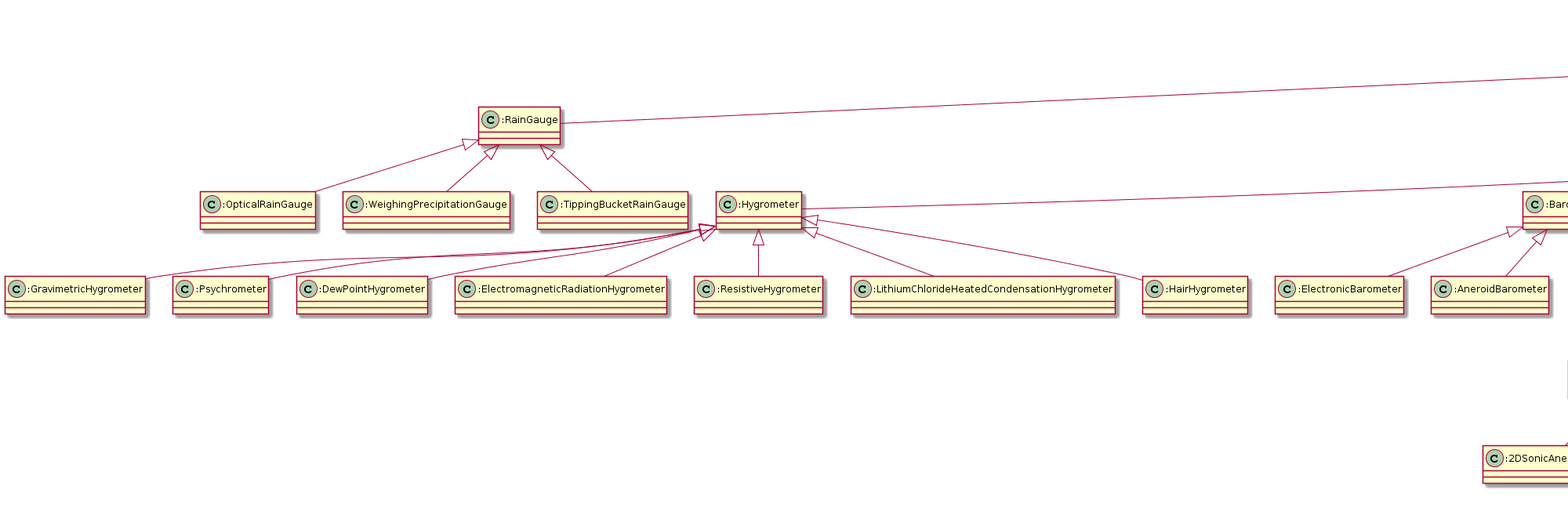
Before: docs/tern-sensor.ttl.txt.png, a diagram exported from PlantUML (ternaustralia/ontology_tern-sensor). Source of this version:
```plantuml
@startuml
title TERN Sensors Ontology
":Hygrometer" <|-- ":GravimetricHygrometer"
":RainGauge" <|-- ":OpticalRainGauge"
"sosa:Sensor" <|-- ":SapFlowSensor"
":FluxTowerSensor" <|-- ":Barometer"
"sosa:Sensor" <|-- ":Dendrometer"
":FixedPlatform" <|-- ":FluxTower"
":FixedPlatform" <|-- ":EcologicalPlot"
":Barometer" <|-- ":ElectronicBarometer"
":FixedPlatform" <|-- ":WeatherStation"
":Radiometer" <|-- ":Actinometer"
":WindSensor" <|-- ":Anemometer"
":Actinometer" <|-- ":NetRadiometer"
":MobilePlatform" <|-- ":Aircraft"
":Hygrometer" <|-- ":Psychrometer"
":TemperatureSensor" <|-- ":Thermocouple"
":SonicAnemometer" <|-- ":2DSonicAnemometer"
":Hygrometer" <|-- ":DewPointHygrometer"
":Barometer" <|-- ":AneroidBarometer"
":Barometer" <|-- ":MercuryBarometer"
":Hygrometer" <|-- ":ElectromagneticRadiationHygrometer"
"sosa:Sensor" <|-- ":SoilMoistureSensor"
":TemperatureSensor" <|-- ":ResistanceThermometer"
":Anemometer" <|-- ":CupAnemometer"
":MobilePlatform" <|-- ":Satellite"
"sosa:Sensor" <|-- ":HeatFluxSensor"
"sosa:Platform" <|-- ":MobilePlatform"
":RainGauge" <|-- ":WeighingPrecipitationGauge"
":SonicAnemometer" <|-- ":3DSonicAnemometer"
":FluxTowerSensor" <|-- ":WindSensor"
":SoilMoistureSensor" <|-- ":FrequencyDomainReflectometer"
":TemperatureSensor" <|-- ":Thermistor"
":EcologicalPlot" <|-- ":SuperSite"
"sosa:Sensor" <|-- ":Ceilometer"
":Radiometer" <|-- ":Pyrradiometer"
":Hygrometer" <|-- ":ResistiveHygrometer"
":SoilMoistureSensor" <|-- ":TimeDomainReflectometer"
":Aircraft" <|-- ":Drone"
":RadiationSensor" <|-- ":QuantumSensor"
":Anemometer" <|-- ":HotWireAnemometer"
"sosa:Sensor" <|-- ":RainGauge"
":Hygrometer" <|-- ":LithiumChlorideHeatedCondensationHygrometer"
":FluxTowerSensor" <|-- ":InfraredGasAnalyzer"
":RadiationSensor" <|-- ":Pyrheliometer"
":RadiationSensor" <|-- ":Radiometer"
":RainGauge" <|-- ":TippingBucketRainGauge"
":FluxTowerSensor" <|-- ":RadiationSensor"
"sosa:Platform" <|-- ":FixedPlatform"
":Hygrometer" <|-- ":HairHygrometer"
":RadiationSensor" <|-- ":Pyrgeometer"
":FluxTowerSensor" <|-- ":TemperatureSensor"
"sosa:Sensor" <|-- ":FluxTowerSensor"
":Actinometer" <|-- ":Pyranometer"
":FluxTowerSensor" <|-- ":Hygrometer"
":Anemometer" <|-- ":SonicAnemometer"
":FluxTowerSensor" <|-- ":CapactitiveSensor"
"sosa:Sensor" <|-- ":Spectrometer"
Class ":GravimetricHygrometer" [[https://w3id.org/tern/ontologies/sensor/GravimetricHygrometer]] {
}
Class ":OpticalRainGauge" [[https://w3id.org/tern/ontologies/sensor/OpticalRainGauge]] {
}
Class ":SapFlowSensor" [[https://w3id.org/tern/ontologies/sensor/SapFlowSensor]] {
}
Class ":Barometer" [[https://w3id.org/tern/ontologies/sensor/Barometer]] {
}
Class ":Dendrometer" [[https://w3id.org/tern/ontologies/sensor/Dendrometer]] {
}
Class ":FluxTower" [[https://w3id.org/tern/ontologies/sensor/FluxTower]] {
}
Class ":EcologicalPlot" [[https://w3id.org/tern/ontologies/sensor/EcologicalPlot]] {
}
Class ":ElectronicBarometer" [[https://w3id.org/tern/ontologies/sensor/ElectronicBarometer]] {
}
Class ":WeatherStation" [[https://w3id.org/tern/ontologies/sensor/WeatherStation]] {
}
Class ":Actinometer" [[https://w3id.org/tern/ontologies/sensor/Actinometer]] {
}
Class ":Anemometer" [[https://w3id.org/tern/ontologies/sensor/Anemometer]] {
}
Class ":NetRadiometer" [[https://w3id.org/tern/ontologies/sensor/NetRadiometer]] {
}
Class ":Aircraft" [[https://w3id.org/tern/ontologies/sensor/Aircraft]] {
}
Class ":Psychrometer" [[https://w3id.org/tern/ontologies/sensor/Psychrometer]] {
}
Class ":Thermocouple" [[https://w3id.org/tern/ontologies/sensor/Thermocouple]] {
}
Class ":2DSonicAnemometer" [[https://w3id.org/tern/ontologies/sensor/2DSonicAnemometer]] {
}
Class ":DewPointHygrometer" [[https://w3id.org/tern/ontologies/sensor/DewPointHygrometer]] {
}
Class ":AneroidBarometer" [[https://w3id.org/tern/ontologies/sensor/AneroidBarometer]] {
}
Class ":MercuryBarometer" [[https://w3id.org/tern/ontologies/sensor/MercuryBarometer]] {
}
Class ":ElectromagneticRadiationHygrometer" [[https://w3id.org/tern/ontologies/sensor/ElectromagneticRadiationHygrometer]] {
}
Class ":SoilMoistureSensor" [[https://w3id.org/tern/ontologies/sensor/SoilMoistureSensor]] {
}
Class ":ResistanceThermometer" [[https://w3id.org/tern/ontologies/sensor/ResistanceThermometer]] {
}
Class ":CupAnemometer" [[https://w3id.org/tern/ontologies/sensor/CupAnemometer]] {
}
Class ":Satellite" [[https://w3id.org/tern/ontologies/sensor/Satellite]] {
}
Class ":HeatFluxSensor" [[https://w3id.org/tern/ontologies/sensor/HeatFluxSensor]] {
}
Class ":MobilePlatform" [[https://w3id.org/tern/ontologies/sensor/MobilePlatform]] {
}
Class ":WeighingPrecipitationGauge" [[https://w3id.org/tern/ontologies/sensor/WeighingPrecipitationGauge]] {
}
Class ":3DSonicAnemometer" [[https://w3id.org/tern/ontologies/sensor/3DSonicAnemometer]] {
}
Class ":WindSensor" [[https://w3id.org/tern/ontologies/sensor/WindSensor]] {
}
Class ":FrequencyDomainReflectometer" [[https://w3id.org/tern/ontologies/sensor/FrequencyDomainReflectometer]] {
}
Class ":Thermistor" [[https://w3id.org/tern/ontologies/sensor/Thermistor]] {
}
Class ":SuperSite" [[https://w3id.org/tern/ontologies/sensor/SuperSite]] {
}
Class ":Ceilometer" [[https://w3id.org/tern/ontologies/sensor/Ceilometer]] {
}
Class ":Pyrradiometer" [[https://w3id.org/tern/ontologies/sensor/Pyrradiometer]] {
}
Class ":ResistiveHygrometer" [[https://w3id.org/tern/ontologies/sensor/ResistiveHygrometer]] {
}
Class ":TimeDomainReflectometer" [[https://w3id.org/tern/ontologies/sensor/TimeDomainReflectometer]] {
}
Class ":Drone" [[https://w3id.org/tern/ontologies/sensor/Drone]] {
}
Class ":QuantumSensor" [[https://w3id.org/tern/ontologies/sensor/QuantumSensor]] {
}
Class ":HotWireAnemometer" [[https://w3id.org/tern/ontologies/sensor/HotWireAnemometer]] {
}
Class ":RainGauge" [[https://w3id.org/tern/ontologies/sensor/RainGauge]] {
}
Class ":LithiumChlorideHeatedCondensationHygrometer" [[https://w3id.org/tern/ontologies/sensor/LithiumChlorideHeatedCondensationHygrometer]] {
}
Class ":InfraredGasAnalyzer" [[https://w3id.org/tern/ontologies/sensor/InfraredGasAnalyzer]] {
}
Class ":Pyrheliometer" [[https://w3id.org/tern/ontologies/sensor/Pyrheliometer]] {
}
Class ":Radiometer" [[https://w3id.org/tern/ontologies/sensor/Radiometer]] {
}
Class ":TippingBucketRainGauge" [[https://w3id.org/tern/ontologies/sensor/TippingBucketRainGauge]] {
}
Class ":RadiationSensor" [[https://w3id.org/tern/ontologies/sensor/RadiationSensor]] {
}
Class ":FixedPlatform" [[https://w3id.org/tern/ontologies/sensor/FixedPlatform]] {
}
Class ":HairHygrometer" [[https://w3id.org/tern/ontologies/sensor/HairHygrometer]] {
}
Class ":Pyrgeometer" [[https://w3id.org/tern/ontologies/sensor/Pyrgeometer]] {
}
Class ":TemperatureSensor" [[https://w3id.org/tern/ontologies/sensor/TemperatureSensor]] {
}
Class ":FluxTowerSensor" [[https://w3id.org/tern/ontologies/sensor/FluxTowerSensor]] {
}
Class ":Pyranometer" [[https://w3id.org/tern/ontologies/sensor/Pyranometer]] {
}
Class ":Hygrometer" [[https://w3id.org/tern/ontologies/sensor/Hygrometer]] {
}
Class ":SonicAnemometer" [[https://w3id.org/tern/ontologies/sensor/SonicAnemometer]] {
}
Class ":CapactitiveSensor" [[https://w3id.org/tern/ontologies/sensor/CapactitiveSensor]] {
}
Class ":Spectrometer" [[https://w3id.org/tern/ontologies/sensor/Spectrometer]] {
}
center footer Generated by [[https://github.com/edmondchuc/ontogram https://github.com/edmondchuc/ontogram]]
@enduml
```
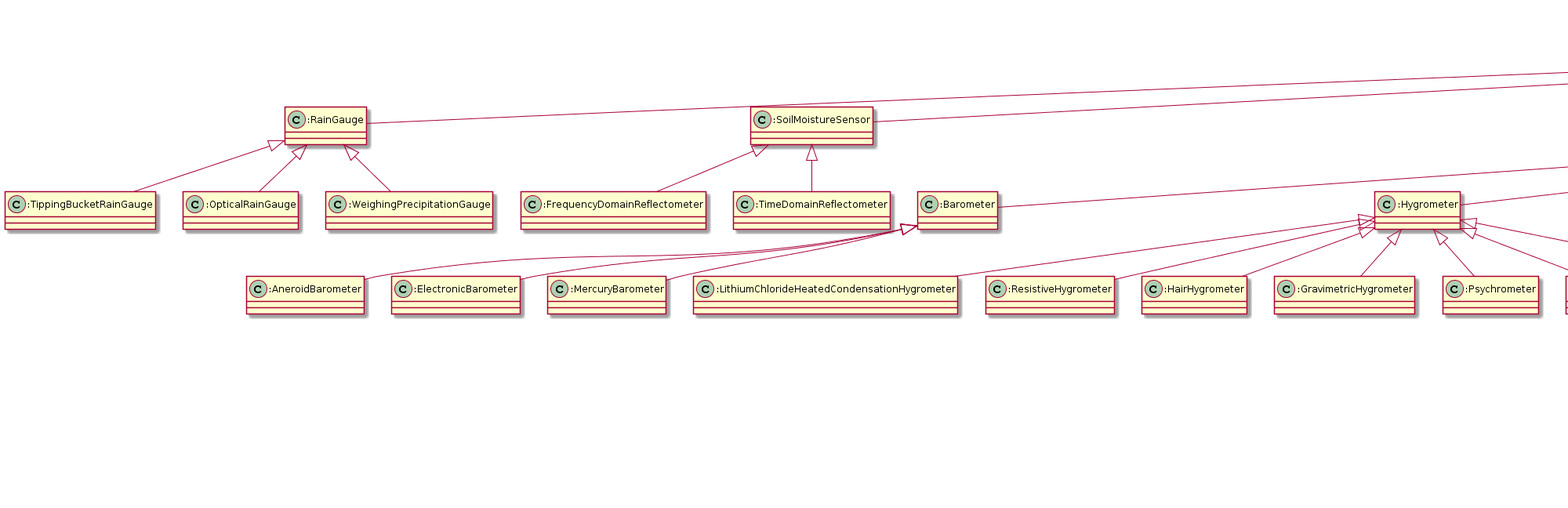
Above is the later version.

Commit message:
Added sensor conceptual model

What changed in the source:
```diff
@@ -1,172 +1,172 @@
 @startuml
 title TERN Sensors Ontology
+":RainGauge" <|-- ":TippingBucketRainGauge"
+":Barometer" <|-- ":AneroidBarometer"
+":FixedPlatform" <|-- ":WeatherStation"
+":EcologicalPlot" <|-- ":SuperSite"
+":SoilMoistureSensor" <|-- ":FrequencyDomainReflectometer"
+":Hygrometer" <|-- ":LithiumChlorideHeatedCondensationHygrometer"
+":Aircraft" <|-- ":Drone"
+":SoilMoistureSensor" <|-- ":TimeDomainReflectometer"
+":Barometer" <|-- ":ElectronicBarometer"
+":RainGauge" <|-- ":OpticalRainGauge"
+":Barometer" <|-- ":MercuryBarometer"
+":FixedPlatform" <|-- ":EcologicalPlot"
+"sosa:Sensor" <|-- ":FluxTowerSensor"
+"sosa:Sensor" <|-- ":RainGauge"
+":RadiationSensor" <|-- ":Pyrheliometer"
+":Hygrometer" <|-- ":ResistiveHygrometer"
+":WindSensor" <|-- ":Anemometer"
+":FluxTowerSensor" <|-- ":InfraredGasAnalyzer"
+":Actinometer" <|-- ":Pyranometer"
+":SonicAnemometer" <|-- ":3DSonicAnemometer"
+":SonicAnemometer" <|-- ":2DSonicAnemometer"
+":RadiationSensor" <|-- ":Pyrgeometer"
+":MobilePlatform" <|-- ":Aircraft"
+":Hygrometer" <|-- ":HairHygrometer"
+":TemperatureSensor" <|-- ":ResistanceThermometer"
+":FluxTowerSensor" <|-- ":Barometer"
+":RadiationSensor" <|-- ":Radiometer"
+":FluxTowerSensor" <|-- ":WindSensor"
 ":Hygrometer" <|-- ":GravimetricHygrometer"
-":RainGauge" <|-- ":OpticalRainGauge"
+"sosa:Platform" <|-- ":FixedPlatform"
+"sosa:Sensor" <|-- ":Dendrometer"
+":Anemometer" <|-- ":CupAnemometer"
+":RainGauge" <|-- ":WeighingPrecipitationGauge"
+":Hygrometer" <|-- ":Psychrometer"
+":TemperatureSensor" <|-- ":Thermistor"
+"sosa:Sensor" <|-- ":HeatFluxSensor"
+":FixedPlatform" <|-- ":FluxTower"
+"sosa:Sensor" <|-- ":SoilMoistureSensor"
+":Hygrometer" <|-- ":DewPointHygrometer"
+":Anemometer" <|-- ":SonicAnemometer"
+":Anemometer" <|-- ":HotWireAnemometer"
+":FluxTowerSensor" <|-- ":Hygrometer"
+":FluxTowerSensor" <|-- ":TemperatureSensor"
+":RadiationSensor" <|-- ":QuantumSensor"
+"sosa:Sensor" <|-- ":Spectrometer"
+":Actinometer" <|-- ":NetRadiometer"
+"sosa:Sensor" <|-- ":Ceilometer"
+"sosa:Platform" <|-- ":MobilePlatform"
+":FluxTowerSensor" <|-- ":CapactitiveSensor"
+":Radiometer" <|-- ":Actinometer"
+":MobilePlatform" <|-- ":Satellite"
+":Radiometer" <|-- ":Pyrradiometer"
+":FluxTowerSensor" <|-- ":RadiationSensor"
+":TemperatureSensor" <|-- ":Thermocouple"
 "sosa:Sensor" <|-- ":SapFlowSensor"
-":FluxTowerSensor" <|-- ":Barometer"
-"sosa:Sensor" <|-- ":Dendrometer"
-":FixedPlatform" <|-- ":FluxTower"
-":FixedPlatform" <|-- ":EcologicalPlot"
-":Barometer" <|-- ":ElectronicBarometer"
-":FixedPlatform" <|-- ":WeatherStation"
-":Radiometer" <|-- ":Actinometer"
-":WindSensor" <|-- ":Anemometer"
-":Actinometer" <|-- ":NetRadiometer"
-":MobilePlatform" <|-- ":Aircraft"
-":Hygrometer" <|-- ":Psychrometer"
-":TemperatureSensor" <|-- ":Thermocouple"
-":SonicAnemometer" <|-- ":2DSonicAnemometer"
-":Hygrometer" <|-- ":DewPointHygrometer"
-":Barometer" <|-- ":AneroidBarometer"
-":Barometer" <|-- ":MercuryBarometer"
 ":Hygrometer" <|-- ":ElectromagneticRadiationHygrometer"
-"sosa:Sensor" <|-- ":SoilMoistureSensor"
-":TemperatureSensor" <|-- ":ResistanceThermometer"
-":Anemometer" <|-- ":CupAnemometer"
-":MobilePlatform" <|-- ":Satellite"
-"sosa:Sensor" <|-- ":HeatFluxSensor"
-"sosa:Platform" <|-- ":MobilePlatform"
-":RainGauge" <|-- ":WeighingPrecipitationGauge"
-":SonicAnemometer" <|-- ":3DSonicAnemometer"
-":FluxTowerSensor" <|-- ":WindSensor"
-":SoilMoistureSensor" <|-- ":FrequencyDomainReflectometer"
-":TemperatureSensor" <|-- ":Thermistor"
-":EcologicalPlot" <|-- ":SuperSite"
-"sosa:Sensor" <|-- ":Ceilometer"
-":Radiometer" <|-- ":Pyrradiometer"
-":Hygrometer" <|-- ":ResistiveHygrometer"
-":SoilMoistureSensor" <|-- ":TimeDomainReflectometer"
-":Aircraft" <|-- ":Drone"
-":RadiationSensor" <|-- ":QuantumSensor"
-":Anemometer" <|-- ":HotWireAnemometer"
-"sosa:Sensor" <|-- ":RainGauge"
-":Hygrometer" <|-- ":LithiumChlorideHeatedCondensationHygrometer"
-":FluxTowerSensor" <|-- ":InfraredGasAnalyzer"
-":RadiationSensor" <|-- ":Pyrheliometer"
-":RadiationSensor" <|-- ":Radiometer"
-":RainGauge" <|-- ":TippingBucketRainGauge"
-":FluxTowerSensor" <|-- ":RadiationSensor"
-"sosa:Platform" <|-- ":FixedPlatform"
-":Hygrometer" <|-- ":HairHygrometer"
-":RadiationSensor" <|-- ":Pyrgeometer"
-":FluxTowerSensor" <|-- ":TemperatureSensor"
-"sosa:Sensor" <|-- ":FluxTowerSensor"
-":Actinometer" <|-- ":Pyranometer"
-":FluxTowerSensor" <|-- ":Hygrometer"
-":Anemometer" <|-- ":SonicAnemometer"
-":FluxTowerSensor" <|-- ":CapactitiveSensor"
-"sosa:Sensor" <|-- ":Spectrometer"
-Class ":GravimetricHygrometer" [[https://w3id.org/tern/ontologies/sensor/GravimetricHygrometer]] {
+Class ":TippingBucketRainGauge" [[https://w3id.org/tern/ontologies/sensor/TippingBucketRainGauge]] {
+}
+Class ":AneroidBarometer" [[https://w3id.org/tern/ontologies/sensor/AneroidBarometer]] {
+}
+Class ":WeatherStation" [[https://w3id.org/tern/ontologies/sensor/WeatherStation]] {
+}
+Class ":SuperSite" [[https://w3id.org/tern/ontologies/sensor/SuperSite]] {
+}
+Class ":FrequencyDomainReflectometer" [[https://w3id.org/tern/ontologies/sensor/FrequencyDomainReflectometer]] {
+}
+Class ":LithiumChlorideHeatedCondensationHygrometer" [[https://w3id.org/tern/ontologies/sensor/LithiumChlorideHeatedCondensationHygrometer]] {
+}
+Class ":Drone" [[https://w3id.org/tern/ontologies/sensor/Drone]] {
+}
+Class ":TimeDomainReflectometer" [[https://w3id.org/tern/ontologies/sensor/TimeDomainReflectometer]] {
+}
+Class ":ElectronicBarometer" [[https://w3id.org/tern/ontologies/sensor/ElectronicBarometer]] {
 }
 Class ":OpticalRainGauge" [[https://w3id.org/tern/ontologies/sensor/OpticalRainGauge]] {
 }
-Class ":SapFlowSensor" [[https://w3id.org/tern/ontologies/sensor/SapFlowSensor]] {
+Class ":MercuryBarometer" [[https://w3id.org/tern/ontologies/sensor/MercuryBarometer]] {
+}
+Class ":EcologicalPlot" [[https://w3id.org/tern/ontologies/sensor/EcologicalPlot]] {
+}
+Class ":FluxTowerSensor" [[https://w3id.org/tern/ontologies/sensor/FluxTowerSensor]] {
+}
+Class ":RainGauge" [[https://w3id.org/tern/ontologies/sensor/RainGauge]] {
+}
+Class ":Pyrheliometer" [[https://w3id.org/tern/ontologies/sensor/Pyrheliometer]] {
+}
+Class ":ResistiveHygrometer" [[https://w3id.org/tern/ontologies/sensor/ResistiveHygrometer]] {
+}
+Class ":Anemometer" [[https://w3id.org/tern/ontologies/sensor/Anemometer]] {
+}
+Class ":InfraredGasAnalyzer" [[https://w3id.org/tern/ontologies/sensor/InfraredGasAnalyzer]] {
+}
+Class ":Pyranometer" [[https://w3id.org/tern/ontologies/sensor/Pyranometer]] {
+}
+Class ":3DSonicAnemometer" [[https://w3id.org/tern/ontologies/sensor/3DSonicAnemometer]] {
+}
+Class ":2DSonicAnemometer" [[https://w3id.org/tern/ontologies/sensor/2DSonicAnemometer]] {
+}
+Class ":Pyrgeometer" [[https://w3id.org/tern/ontologies/sensor/Pyrgeometer]] {
+}
+Class ":Aircraft" [[https://w3id.org/tern/ontologies/sensor/Aircraft]] {
+}
+Class ":HairHygrometer" [[https://w3id.org/tern/ontologies/sensor/HairHygrometer]] {
+}
+Class ":ResistanceThermometer" [[https://w3id.org/tern/ontologies/sensor/ResistanceThermometer]] {
 }
 Class ":Barometer" [[https://w3id.org/tern/ontologies/sensor/Barometer]] {
 }
+Class ":Radiometer" [[https://w3id.org/tern/ontologies/sensor/Radiometer]] {
+}
+Class ":WindSensor" [[https://w3id.org/tern/ontologies/sensor/WindSensor]] {
+}
+Class ":GravimetricHygrometer" [[https://w3id.org/tern/ontologies/sensor/GravimetricHygrometer]] {
+}
+Class ":FixedPlatform" [[https://w3id.org/tern/ontologies/sensor/FixedPlatform]] {
+}
 Class ":Dendrometer" [[https://w3id.org/tern/ontologies/sensor/Dendrometer]] {
+}
+Class ":CupAnemometer" [[https://w3id.org/tern/ontologies/sensor/CupAnemometer]] {
+}
+Class ":WeighingPrecipitationGauge" [[https://w3id.org/tern/ontologies/sensor/WeighingPrecipitationGauge]] {
+}
+Class ":Psychrometer" [[https://w3id.org/tern/ontologies/sensor/Psychrometer]] {
+}
+Class ":Thermistor" [[https://w3id.org/tern/ontologies/sensor/Thermistor]] {
+}
+Class ":HeatFluxSensor" [[https://w3id.org/tern/ontologies/sensor/HeatFluxSensor]] {
 }
 Class ":FluxTower" [[https://w3id.org/tern/ontologies/sensor/FluxTower]] {
 }
-Class ":EcologicalPlot" [[https://w3id.org/tern/ontologies/sensor/EcologicalPlot]] {
+Class ":SoilMoistureSensor" [[https://w3id.org/tern/ontologies/sensor/SoilMoistureSensor]] {
 }
-Class ":ElectronicBarometer" [[https://w3id.org/tern/ontologies/sensor/ElectronicBarometer]] {
+Class ":DewPointHygrometer" [[https://w3id.org/tern/ontologies/sensor/DewPointHygrometer]] {
 }
-Class ":WeatherStation" [[https://w3id.org/tern/ontologies/sensor/WeatherStation]] {
+Class ":SonicAnemometer" [[https://w3id.org/tern/ontologies/sensor/SonicAnemometer]] {
+}
+Class ":HotWireAnemometer" [[https://w3id.org/tern/ontologies/sensor/HotWireAnemometer]] {
+}
+Class ":Hygrometer" [[https://w3id.org/tern/ontologies/sensor/Hygrometer]] {
+}
+Class ":TemperatureSensor" [[https://w3id.org/tern/ontologies/sensor/TemperatureSensor]] {
+}
+Class ":QuantumSensor" [[https://w3id.org/tern/ontologies/sensor/QuantumSensor]] {
+}
+Class ":Spectrometer" [[https://w3id.org/tern/ontologies/sensor/Spectrometer]] {
+}
+Class ":NetRadiometer" [[https://w3id.org/tern/ontologies/sensor/NetRadiometer]] {
+}
+Class ":Ceilometer" [[https://w3id.org/tern/ontologies/sensor/Ceilometer]] {
+}
+Class ":MobilePlatform" [[https://w3id.org/tern/ontologies/sensor/MobilePlatform]] {
+}
+Class ":CapactitiveSensor" [[https://w3id.org/tern/ontologies/sensor/CapactitiveSensor]] {
 }
 Class ":Actinometer" [[https://w3id.org/tern/ontologies/sensor/Actinometer]] {
 }
-Class ":Anemometer" [[https://w3id.org/tern/ontologies/sensor/Anemometer]] {
+Class ":Satellite" [[https://w3id.org/tern/ontologies/sensor/Satellite]] {
 }
-Class ":NetRadiometer" [[https://w3id.org/tern/ontologies/sensor/NetRadiometer]] {
+Class ":Pyrradiometer" [[https://w3id.org/tern/ontologies/sensor/Pyrradiometer]] {
 }
-Class ":Aircraft" [[https://w3id.org/tern/ontologies/sensor/Aircraft]] {
-}
-Class ":Psychrometer" [[https://w3id.org/tern/ontologies/sensor/Psychrometer]] {
+Class ":RadiationSensor" [[https://w3id.org/tern/ontologies/sensor/RadiationSensor]] {
 }
 Class ":Thermocouple" [[https://w3id.org/tern/ontologies/sensor/Thermocouple]] {
 }
-Class ":2DSonicAnemometer" [[https://w3id.org/tern/ontologies/sensor/2DSonicAnemometer]] {
-}
-Class ":DewPointHygrometer" [[https://w3id.org/tern/ontologies/sensor/DewPointHygrometer]] {
-}
-Class ":AneroidBarometer" [[https://w3id.org/tern/ontologies/sensor/AneroidBarometer]] {
-}
-Class ":MercuryBarometer" [[https://w3id.org/tern/ontologies/sensor/MercuryBarometer]] {
+Class ":SapFlowSensor" [[https://w3id.org/tern/ontologies/sensor/SapFlowSensor]] {
 }
 Class ":ElectromagneticRadiationHygrometer" [[https://w3id.org/tern/ontologies/sensor/ElectromagneticRadiationHygrometer]] {
 }
-Class ":SoilMoistureSensor" [[https://w3id.org/tern/ontologies/sensor/SoilMoistureSensor]] {
-}
-Class ":ResistanceThermometer" [[https://w3id.org/tern/ontologies/sensor/ResistanceThermometer]] {
-}
-Class ":CupAnemometer" [[https://w3id.org/tern/ontologies/sensor/CupAnemometer]] {
-}
-Class ":Satellite" [[https://w3id.org/tern/ontologies/sensor/Satellite]] {
-}
-Class ":HeatFluxSensor" [[https://w3id.org/tern/ontologies/sensor/HeatFluxSensor]] {
-}
-Class ":MobilePlatform" [[https://w3id.org/tern/ontologies/sensor/MobilePlatform]] {
-}
-Class ":WeighingPrecipitationGauge" [[https://w3id.org/tern/ontologies/sensor/WeighingPrecipitationGauge]] {
-}
-Class ":3DSonicAnemometer" [[https://w3id.org/tern/ontologies/sensor/3DSonicAnemometer]] {
-}
-Class ":WindSensor" [[https://w3id.org/tern/ontologies/sensor/WindSensor]] {
-}
-Class ":FrequencyDomainReflectometer" [[https://w3id.org/tern/ontologies/sensor/FrequencyDomainReflectometer]] {
-}
-Class ":Thermistor" [[https://w3id.org/tern/ontologies/sensor/Thermistor]] {
-}
-Class ":SuperSite" [[https://w3id.org/tern/ontologies/sensor/SuperSite]] {
-}
-Class ":Ceilometer" [[https://w3id.org/tern/ontologies/sensor/Ceilometer]] {
-}
-Class ":Pyrradiometer" [[https://w3id.org/tern/ontologies/sensor/Pyrradiometer]] {
-}
-Class ":ResistiveHygrometer" [[https://w3id.org/tern/ontologies/sensor/ResistiveHygrometer]] {
-}
-Class ":TimeDomainReflectometer" [[https://w3id.org/tern/ontologies/sensor/TimeDomainReflectometer]] {
-}
-Class ":Drone" [[https://w3id.org/tern/ontologies/sensor/Drone]] {
-}
-Class ":QuantumSensor" [[https://w3id.org/tern/ontologies/sensor/QuantumSensor]] {
-}
-Class ":HotWireAnemometer" [[https://w3id.org/tern/ontologies/sensor/HotWireAnemometer]] {
-}
-Class ":RainGauge" [[https://w3id.org/tern/ontologies/sensor/RainGauge]] {
-}
-Class ":LithiumChlorideHeatedCondensationHygrometer" [[https://w3id.org/tern/ontologies/sensor/LithiumChlorideHeatedCondensationHygrometer]] {
-}
-Class ":InfraredGasAnalyzer" [[https://w3id.org/tern/ontologies/sensor/InfraredGasAnalyzer]] {
-}
-Class ":Pyrheliometer" [[https://w3id.org/tern/ontologies/sensor/Pyrheliometer]] {
-}
-Class ":Radiometer" [[https://w3id.org/tern/ontologies/sensor/Radiometer]] {
-}
-Class ":TippingBucketRainGauge" [[https://w3id.org/tern/ontologies/sensor/TippingBucketRainGauge]] {
-}
-Class ":RadiationSensor" [[https://w3id.org/tern/ontologies/sensor/RadiationSensor]] {
-}
-Class ":FixedPlatform" [[https://w3id.org/tern/ontologies/sensor/FixedPlatform]] {
-}
-Class ":HairHygrometer" [[https://w3id.org/tern/ontologies/sensor/HairHygrometer]] {
-}
-Class ":Pyrgeometer" [[https://w3id.org/tern/ontologies/sensor/Pyrgeometer]] {
-}
-Class ":TemperatureSensor" [[https://w3id.org/tern/ontologies/sensor/TemperatureSensor]] {
-}
-Class ":FluxTowerSensor" [[https://w3id.org/tern/ontologies/sensor/FluxTowerSensor]] {
-}
-Class ":Pyranometer" [[https://w3id.org/tern/ontologies/sensor/Pyranometer]] {
-}
-Class ":Hygrometer" [[https://w3id.org/tern/ontologies/sensor/Hygrometer]] {
-}
-Class ":SonicAnemometer" [[https://w3id.org/tern/ontologies/sensor/SonicAnemometer]] {
-}
-Class ":CapactitiveSensor" [[https://w3id.org/tern/ontologies/sensor/CapactitiveSensor]] {
-}
-Class ":Spectrometer" [[https://w3id.org/tern/ontologies/sensor/Spectrometer]] {
-}
 center footer Generated by [[https://github.com/edmondchuc/ontogram https://github.com/edmondchuc/ontogram]]
 @enduml
```
